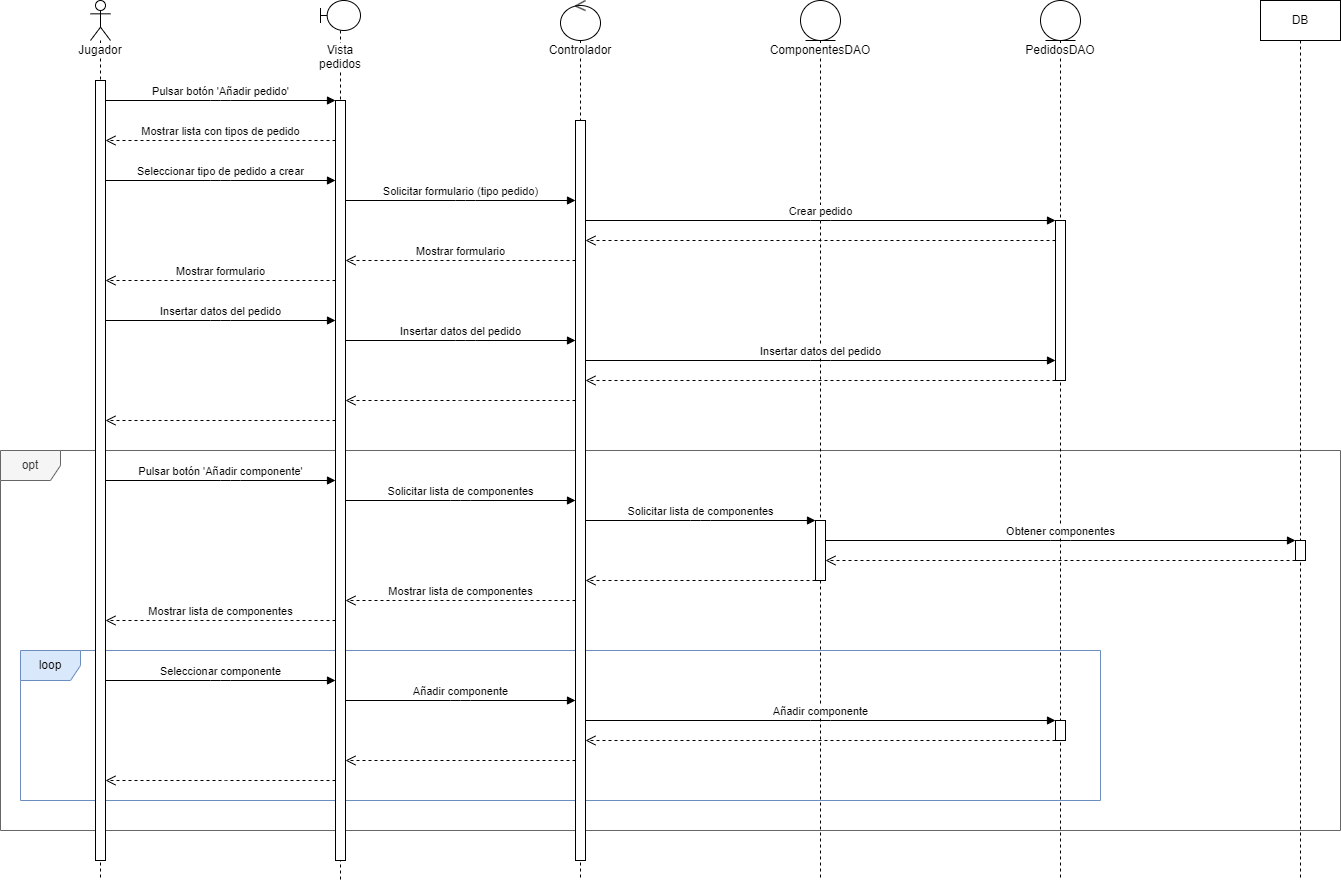
Proyecto-Helper-PC-Building-Simulator/.github keeps this draw.io diagram as profile/app_documentation/images/sequence_diagrams/add_order.png. Above is the earlier version. Source tidied: cells renumbered, new cells last; positions are measured from the earlier drawing's top-left corner, leaving out a move shared by most shapes.
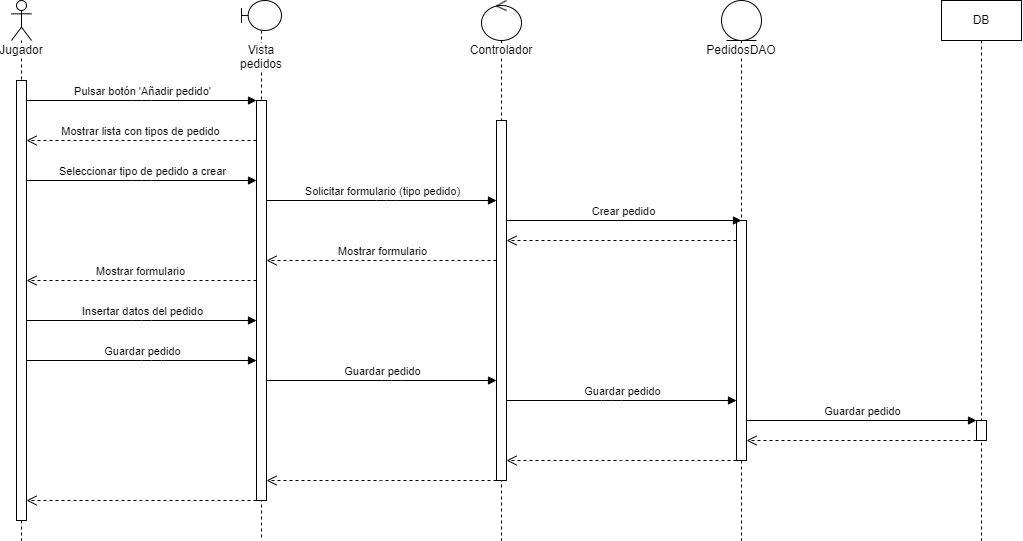
The same diagram one commit later.

Commit message:
[ADD] Se ha añadido el diagrama para el caso de uso 'Añadir componentes a un pedido' - Se ha separado dicho diagrama del de 'Añadir pedido' #3

The edit, as a diff of the source:
```diff
@@ -2,38 +2,29 @@
   <root>
     <mxCell id="0" />
     <mxCell id="1" parent="0" />
-    <mxCell id="2" value="opt" style="shape=umlFrame;whiteSpace=wrap;html=1;labelBackgroundColor=none;fillColor=#f5f5f5;fontColor=#333333;strokeColor=#666666;" parent="1" vertex="1">
-      <mxGeometry y="450" width="1340" height="380" as="geometry" />
-    </mxCell>
-    <mxCell id="3" value="loop" style="shape=umlFrame;whiteSpace=wrap;html=1;labelBackgroundColor=none;fillColor=#dae8fc;strokeColor=#6c8ebf;" parent="1" vertex="1">
-      <mxGeometry x="20" y="650" width="1080" height="150" as="geometry" />
-    </mxCell>
     <mxCell id="4" value="&lt;span style=&quot;background-color: rgb(255, 255, 255);&quot;&gt;Jugador&lt;/span&gt;" style="shape=umlLifeline;participant=umlActor;perimeter=lifelinePerimeter;whiteSpace=wrap;html=1;verticalAlign=top;spacingTop=36;size=40;" parent="1" vertex="1">
-      <mxGeometry x="90" width="20" height="880" as="geometry" />
+      <mxGeometry x="90" width="20" height="540" as="geometry" />
     </mxCell>
     <mxCell id="5" style="html=1;points=[];perimeter=orthogonalPerimeter;labelBackgroundColor=#FFFFFF;" parent="4" vertex="1">
-      <mxGeometry x="5" y="80" width="10" height="780" as="geometry" />
+      <mxGeometry x="5" y="80" width="10" height="440" as="geometry" />
     </mxCell>
     <mxCell id="6" value="Vista pedidos" style="shape=umlLifeline;participant=umlBoundary;perimeter=lifelinePerimeter;whiteSpace=wrap;html=1;verticalAlign=top;spacingTop=36;labelBackgroundColor=#FFFFFF;size=30;" parent="1" vertex="1">
-      <mxGeometry x="320" width="40" height="880" as="geometry" />
+      <mxGeometry x="320" width="40" height="540" as="geometry" />
     </mxCell>
     <mxCell id="7" style="html=1;points=[];perimeter=orthogonalPerimeter;labelBackgroundColor=#FFFFFF;" parent="6" vertex="1">
-      <mxGeometry x="15" y="100" width="10" height="760" as="geometry" />
+      <mxGeometry x="15" y="100" width="10" height="400" as="geometry" />
     </mxCell>
     <mxCell id="8" value="PedidosDAO" style="shape=umlLifeline;participant=umlEntity;perimeter=lifelinePerimeter;whiteSpace=wrap;html=1;verticalAlign=top;spacingTop=36;labelBackgroundColor=#FFFFFF;" parent="1" vertex="1">
-      <mxGeometry x="1040" width="40" height="880" as="geometry" />
+      <mxGeometry x="800" width="40" height="540" as="geometry" />
     </mxCell>
     <mxCell id="9" style="html=1;points=[];perimeter=orthogonalPerimeter;labelBackgroundColor=#FFFFFF;" parent="8" vertex="1">
-      <mxGeometry x="15" y="220" width="10" height="160" as="geometry" />
+      <mxGeometry x="15" y="220" width="10" height="240" as="geometry" />
     </mxCell>
-    <mxCell id="10" style="html=1;points=[];perimeter=orthogonalPerimeter;labelBackgroundColor=#FFFFFF;" parent="8" vertex="1">
-      <mxGeometry x="15" y="720" width="10" height="20" as="geometry" />
-    </mxCell>
     <mxCell id="11" value="Controlador" style="shape=umlLifeline;participant=umlControl;perimeter=lifelinePerimeter;whiteSpace=wrap;html=1;verticalAlign=top;spacingTop=36;labelBackgroundColor=#FFFFFF;" parent="1" vertex="1">
-      <mxGeometry x="560" width="40" height="880" as="geometry" />
+      <mxGeometry x="560" width="40" height="540" as="geometry" />
     </mxCell>
     <mxCell id="12" style="html=1;points=[];perimeter=orthogonalPerimeter;labelBackgroundColor=#FFFFFF;" parent="11" vertex="1">
-      <mxGeometry x="15" y="120" width="10" height="740" as="geometry" />
+      <mxGeometry x="15" y="120" width="10" height="360" as="geometry" />
     </mxCell>
     <mxCell id="13" value="Pulsar botón 'Añadir pedido'" style="html=1;verticalAlign=bottom;endArrow=block;" parent="1" edge="1" source="5" target="7">
       <mxGeometry relative="1" as="geometry">
@@ -81,108 +72,12 @@
         </Array>
       </mxGeometry>
     </mxCell>
-    <mxCell id="19" value="Insertar datos del pedido" style="html=1;verticalAlign=bottom;endArrow=block;" parent="1" edge="1">
-      <mxGeometry relative="1" as="geometry">
-        <mxPoint x="105" y="320" as="sourcePoint" />
-        <mxPoint x="335" y="320" as="targetPoint" />
-        <Array as="points">
-          <mxPoint x="220" y="320" />
-        </Array>
-      </mxGeometry>
-    </mxCell>
-    <mxCell id="20" value="Pulsar botón 'Añadir componente'" style="html=1;verticalAlign=bottom;endArrow=block;" parent="1" edge="1">
-      <mxGeometry relative="1" as="geometry">
-        <mxPoint x="105" y="480" as="sourcePoint" />
-        <mxPoint x="335" y="480" as="targetPoint" />
-        <Array as="points">
-          <mxPoint x="230" y="480" />
-        </Array>
-      </mxGeometry>
-    </mxCell>
-    <mxCell id="21" value="Solicitar lista de componentes" style="html=1;verticalAlign=bottom;endArrow=block;" parent="1" edge="1">
-      <mxGeometry relative="1" as="geometry">
-        <mxPoint x="345" y="500" as="sourcePoint" />
-        <mxPoint x="575" y="500" as="targetPoint" />
-        <Array as="points">
-          <mxPoint x="460" y="500" />
-        </Array>
-      </mxGeometry>
-    </mxCell>
-    <mxCell id="22" value="ComponentesDAO" style="shape=umlLifeline;participant=umlEntity;perimeter=lifelinePerimeter;whiteSpace=wrap;html=1;verticalAlign=top;spacingTop=36;labelBackgroundColor=#FFFFFF;" parent="1" vertex="1">
-      <mxGeometry x="800" width="40" height="880" as="geometry" />
-    </mxCell>
-    <mxCell id="23" style="html=1;perimeter=orthogonalPerimeter;labelBackgroundColor=#FFFFFF;" parent="22" vertex="1">
-      <mxGeometry x="15" y="520" width="10" height="60" as="geometry" />
-    </mxCell>
     <mxCell id="24" value="DB" style="shape=umlLifeline;perimeter=lifelinePerimeter;whiteSpace=wrap;html=1;labelBackgroundColor=#FFFFFF;" parent="1" vertex="1">
-      <mxGeometry x="1260" width="80" height="880" as="geometry" />
+      <mxGeometry x="1020" width="80" height="540" as="geometry" />
     </mxCell>
-    <mxCell id="25" style="html=1;perimeter=orthogonalPerimeter;labelBackgroundColor=#FFFFFF;" parent="24" vertex="1">
-      <mxGeometry x="35" y="540" width="10" height="20" as="geometry" />
-    </mxCell>
-    <mxCell id="26" value="Solicitar lista de componentes" style="html=1;verticalAlign=bottom;endArrow=block;" parent="1" edge="1">
-      <mxGeometry relative="1" as="geometry">
-        <mxPoint x="585" y="520" as="sourcePoint" />
-        <mxPoint x="815" y="520" as="targetPoint" />
-        <Array as="points">
-          <mxPoint x="700" y="520" />
-        </Array>
-      </mxGeometry>
-    </mxCell>
-    <mxCell id="27" value="Obtener componentes" style="html=1;verticalAlign=bottom;endArrow=block;" parent="1" edge="1">
-      <mxGeometry relative="1" as="geometry">
-        <mxPoint x="825" y="540" as="sourcePoint" />
-        <mxPoint x="1295" y="540" as="targetPoint" />
-        <Array as="points">
-          <mxPoint x="1060" y="540" />
-        </Array>
-      </mxGeometry>
-    </mxCell>
-    <mxCell id="28" style="html=1;verticalAlign=bottom;endArrow=open;dashed=1;endSize=8;" parent="1" edge="1">
-      <mxGeometry relative="1" as="geometry">
-        <mxPoint x="1295" y="560" as="sourcePoint" />
-        <mxPoint x="825" y="560" as="targetPoint" />
-        <Array as="points">
-          <mxPoint x="1060" y="560" />
-        </Array>
-      </mxGeometry>
-    </mxCell>
-    <mxCell id="29" style="html=1;verticalAlign=bottom;endArrow=open;dashed=1;endSize=8;" parent="1" edge="1">
-      <mxGeometry relative="1" as="geometry">
-        <mxPoint x="815" y="580" as="sourcePoint" />
-        <mxPoint x="585" y="580" as="targetPoint" />
-        <Array as="points">
-          <mxPoint x="700" y="580" />
-        </Array>
-      </mxGeometry>
-    </mxCell>
-    <mxCell id="30" value="Mostrar lista de componentes" style="html=1;verticalAlign=bottom;endArrow=open;dashed=1;endSize=8;" parent="1" edge="1">
-      <mxGeometry relative="1" as="geometry">
-        <mxPoint x="575" y="600" as="sourcePoint" />
-        <mxPoint x="345" y="600" as="targetPoint" />
-        <Array as="points">
-          <mxPoint x="460" y="600" />
-        </Array>
-      </mxGeometry>
-    </mxCell>
-    <mxCell id="31" value="Mostrar lista de componentes" style="html=1;verticalAlign=bottom;endArrow=open;dashed=1;endSize=8;" parent="1" edge="1">
-      <mxGeometry relative="1" as="geometry">
-        <mxPoint x="335" y="620" as="sourcePoint" />
-        <mxPoint x="105" y="620" as="targetPoint" />
-        <Array as="points">
-          <mxPoint x="220" y="620" />
-        </Array>
-      </mxGeometry>
-    </mxCell>
-    <mxCell id="32" value="Seleccionar componente" style="html=1;verticalAlign=bottom;endArrow=block;" parent="1" edge="1">
-      <mxGeometry relative="1" as="geometry">
-        <mxPoint x="105" y="680" as="sourcePoint" />
-        <mxPoint x="335" y="680" as="targetPoint" />
-        <Array as="points">
-          <mxPoint x="220" y="680" />
-        </Array>
-      </mxGeometry>
-    </mxCell>
+    <mxCell id="45" style="html=1;points=[];perimeter=orthogonalPerimeter;fontSize=10;" parent="24" vertex="1">
+      <mxGeometry x="35" y="420" width="10" height="20" as="geometry" />
+    </mxCell>
     <mxCell id="33" value="Crear pedido" style="html=1;verticalAlign=bottom;endArrow=block;" parent="1" edge="1" source="12" target="9">
       <mxGeometry relative="1" as="geometry">
         <Array as="points">
@@ -193,87 +88,70 @@
     <mxCell id="34" style="html=1;verticalAlign=bottom;endArrow=open;dashed=1;endSize=8;" parent="1" edge="1" source="9" target="12">
       <mxGeometry relative="1" as="geometry">
         <Array as="points">
-          <mxPoint x="830" y="240" />
+          <mxPoint x="700" y="240" />
         </Array>
       </mxGeometry>
     </mxCell>
-    <mxCell id="35" value="Añadir componente" style="html=1;verticalAlign=bottom;endArrow=block;" parent="1" edge="1">
-      <mxGeometry relative="1" as="geometry">
-        <mxPoint x="345" y="700" as="sourcePoint" />
-        <mxPoint x="575" y="700" as="targetPoint" />
-        <Array as="points">
-          <mxPoint x="460" y="700" />
-        </Array>
-      </mxGeometry>
-    </mxCell>
-    <mxCell id="36" value="Añadir componente" style="html=1;verticalAlign=bottom;endArrow=block;" parent="1" edge="1" target="10">
-      <mxGeometry relative="1" as="geometry">
-        <mxPoint x="585" y="720" as="sourcePoint" />
-        <Array as="points">
-          <mxPoint x="820" y="720" />
-        </Array>
-      </mxGeometry>
-    </mxCell>
-    <mxCell id="37" style="html=1;verticalAlign=bottom;endArrow=open;dashed=1;endSize=8;" parent="1" edge="1" source="10">
-      <mxGeometry relative="1" as="geometry">
-        <mxPoint x="585" y="740" as="targetPoint" />
-        <Array as="points">
-          <mxPoint x="820" y="740" />
-        </Array>
-      </mxGeometry>
-    </mxCell>
-    <mxCell id="38" style="html=1;verticalAlign=bottom;endArrow=open;dashed=1;endSize=8;" parent="1" edge="1">
-      <mxGeometry relative="1" as="geometry">
-        <mxPoint x="575" y="760" as="sourcePoint" />
-        <mxPoint x="345" y="760" as="targetPoint" />
-        <Array as="points">
-          <mxPoint x="470" y="760" />
-        </Array>
-      </mxGeometry>
-    </mxCell>
-    <mxCell id="39" style="html=1;verticalAlign=bottom;endArrow=open;dashed=1;endSize=8;" parent="1" edge="1">
-      <mxGeometry relative="1" as="geometry">
-        <mxPoint x="335" y="780" as="sourcePoint" />
-        <mxPoint x="105" y="780" as="targetPoint" />
-        <Array as="points">
-          <mxPoint x="235" y="780" />
-        </Array>
-      </mxGeometry>
-    </mxCell>
+    <mxCell id="19" value="Insertar datos del pedido" style="html=1;verticalAlign=bottom;endArrow=block;" parent="1" edge="1">
+      <mxGeometry relative="1" as="geometry">
+        <mxPoint x="105" y="320" as="sourcePoint" />
+        <mxPoint x="335" y="320" as="targetPoint" />
+        <Array as="points">
+          <mxPoint x="220" y="320" />
+        </Array>
+      </mxGeometry>
+    </mxCell>
-    <mxCell id="40" value="Insertar datos del pedido" style="html=1;verticalAlign=bottom;endArrow=block;" parent="1" edge="1" source="7" target="12">
+    <mxCell id="40" value="Guardar pedido" style="html=1;verticalAlign=bottom;endArrow=block;" parent="1" edge="1" source="7" target="12">
       <mxGeometry relative="1" as="geometry">
         <Array as="points">
-          <mxPoint x="465" y="340" />
+          <mxPoint x="470" y="380" />
         </Array>
       </mxGeometry>
     </mxCell>
-    <mxCell id="41" value="Insertar datos del pedido" style="html=1;verticalAlign=bottom;endArrow=block;" parent="1" edge="1" source="12" target="9">
+    <mxCell id="41" value="Guardar pedido" style="html=1;verticalAlign=bottom;endArrow=block;" parent="1" edge="1" source="12" target="9">
       <mxGeometry relative="1" as="geometry">
         <Array as="points">
-          <mxPoint x="820" y="360" />
+          <mxPoint x="690" y="400" />
         </Array>
       </mxGeometry>
     </mxCell>
     <mxCell id="42" style="html=1;verticalAlign=bottom;endArrow=open;dashed=1;endSize=8;" parent="1" edge="1" source="9" target="12">
       <mxGeometry relative="1" as="geometry">
         <Array as="points">
-          <mxPoint x="820" y="380" />
+          <mxPoint x="690" y="460" />
         </Array>
       </mxGeometry>
     </mxCell>
     <mxCell id="43" style="html=1;verticalAlign=bottom;endArrow=open;dashed=1;endSize=8;" parent="1" edge="1" source="12" target="7">
       <mxGeometry relative="1" as="geometry">
         <Array as="points">
-          <mxPoint x="450" y="400" />
+          <mxPoint x="450" y="480" />
         </Array>
       </mxGeometry>
     </mxCell>
     <mxCell id="44" style="html=1;verticalAlign=bottom;endArrow=open;dashed=1;endSize=8;" parent="1" edge="1" source="7" target="5">
       <mxGeometry relative="1" as="geometry">
         <Array as="points">
-          <mxPoint x="220" y="420" />
+          <mxPoint x="230" y="500" />
         </Array>
       </mxGeometry>
     </mxCell>
+    <mxCell id="46" value="Guardar pedido" style="html=1;verticalAlign=bottom;endArrow=block;" parent="1" edge="1" source="5" target="7">
+      <mxGeometry relative="1" as="geometry">
+        <Array as="points">
+          <mxPoint x="230" y="360" />
+        </Array>
+      </mxGeometry>
+    </mxCell>
+    <mxCell id="47" value="Guardar pedido" style="html=1;verticalAlign=bottom;endArrow=block;" parent="1" edge="1" source="9" target="45">
+      <mxGeometry relative="1" as="geometry" />
+    </mxCell>
+    <mxCell id="48" style="html=1;verticalAlign=bottom;endArrow=open;dashed=1;endSize=8;" parent="1" edge="1" source="45" target="9">
+      <mxGeometry relative="1" as="geometry">
+        <Array as="points">
+          <mxPoint x="940" y="440" />
+        </Array>
+      </mxGeometry>
+    </mxCell>
   </root>
 </mxGraphModel>
```
